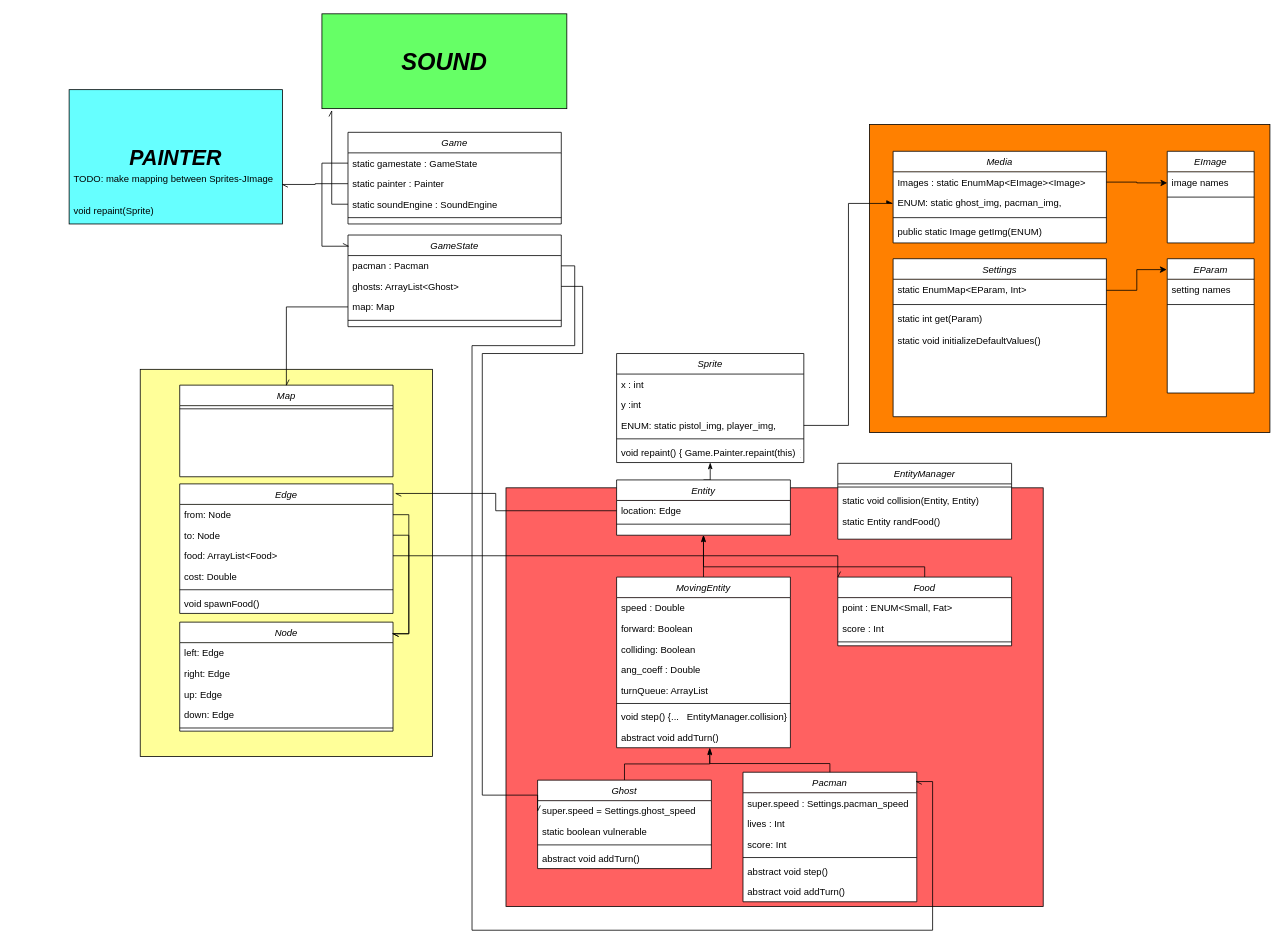
This is ClassDiagram.drawio from cerfedino/SwingPacman, a draw.io file, before an edit. Source tidied: cells renumbered, new cells numbered last; positions are measured from the earlier drawing's top-left corner, leaving out a move shared by most shapes. Both pictures are drawn from the tidied source at 79%, with x=0, y=0 at pixel (69, 13).
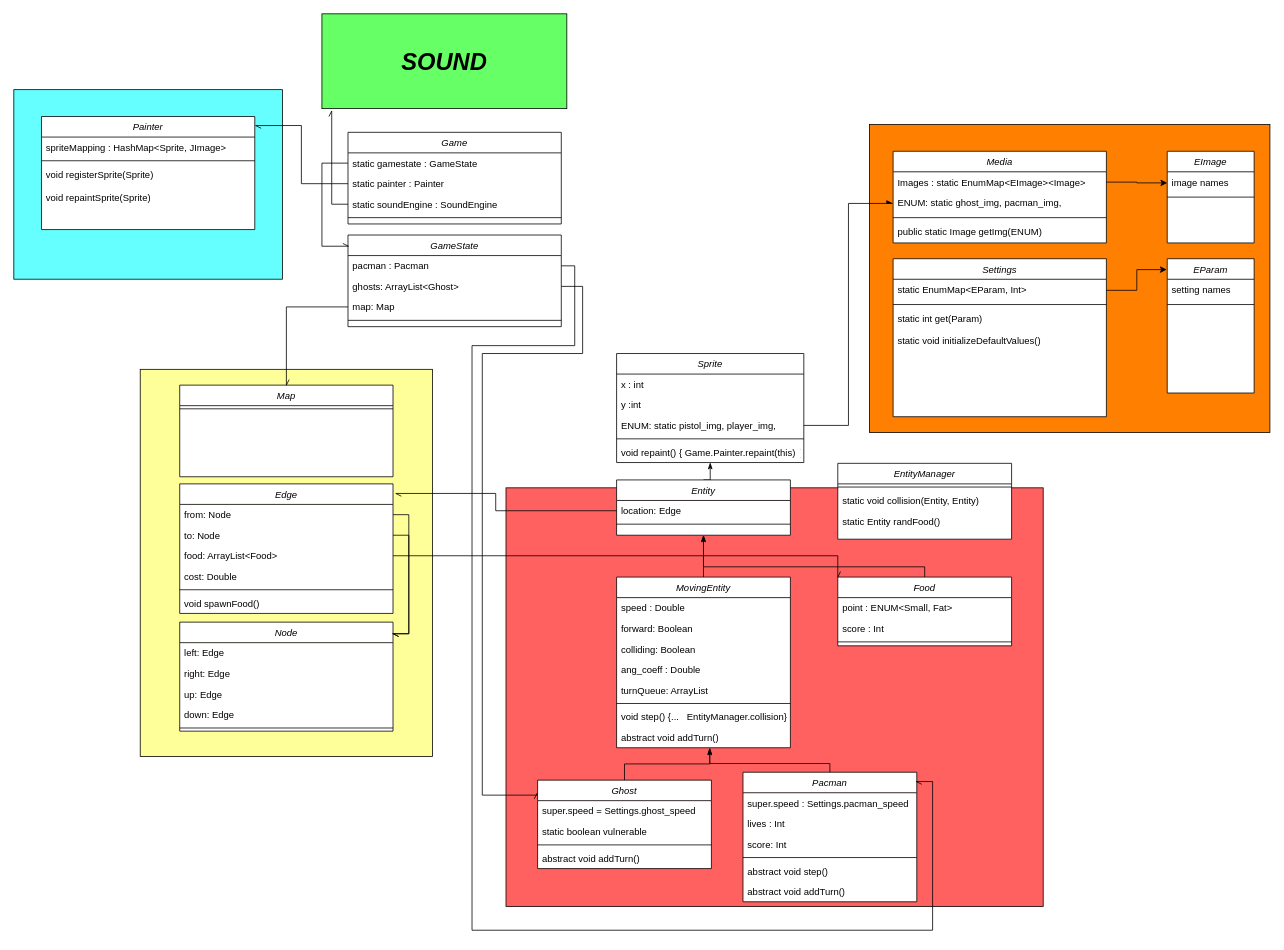
Above is the later version.

Commit message (it also covers changes not shown here):
Implemented painter classes and Sprite class. Also implemented Media class with the importing feature.

Unchanged cells that the change refers to:
```xml
<mxCell id="29" value="Ghost" style="swimlane;fontStyle=2;align=center;verticalAlign=top;horizontal=1;startSize=26;rounded=0;shadow=0;strokeWidth=1;swimlaneFillColor=#ffffff;" parent="1" vertex="1">
  <mxGeometry x="593" y="970" width="220" height="112" as="geometry" />
</mxCell>
<mxCell id="30" value="super.speed = Settings.ghost_speed" style="text;align=left;verticalAlign=top;spacingLeft=4;spacingRight=4;overflow=hidden;points=[[0,0.5],[1,0.5]];portConstraint=eastwest;" parent="29" vertex="1">
  <mxGeometry y="26" width="220" height="26" as="geometry" />
</mxCell>
<mxCell id="63" value="ghosts: ArrayList&lt;Ghost&gt;" style="text;align=left;verticalAlign=top;spacingLeft=4;spacingRight=4;overflow=hidden;points=[[0,0.5],[1,0.5]];portConstraint=eastwest;" parent="61" vertex="1">
  <mxGeometry y="52" width="270" height="26" as="geometry" />
</mxCell>
<mxCell id="93" value="static painter : Painter" style="text;align=left;verticalAlign=top;spacingLeft=4;spacingRight=4;overflow=hidden;points=[[0,0.5],[1,0.5]];portConstraint=eastwest;" parent="91" vertex="1">
  <mxGeometry y="52" width="270" height="26" as="geometry" />
</mxCell>
```

The edit, as a diff of the source:
```diff
@@
-    <mxCell id="83" style="edgeStyle=orthogonalEdgeStyle;rounded=0;jettySize=auto;html=1;exitX=1;exitY=0.5;exitDx=0;exitDy=0;entryX=0;entryY=0.5;entryDx=0;entryDy=0;endArrow=openAsync;endFill=0;" parent="1" edge="1" source="63" target="30">
+    <mxCell id="83" style="edgeStyle=orthogonalEdgeStyle;rounded=0;jettySize=auto;html=1;exitX=1;exitY=0.5;exitDx=0;exitDy=0;entryX=-0.003;entryY=0.15;entryDx=0;entryDy=0;endArrow=openAsync;endFill=0;entryPerimeter=0;" parent="1" edge="1" source="63" target="29">
       <mxGeometry relative="1" as="geometry">
         <Array as="points">
           <mxPoint x="650" y="345" />
           <mxPoint x="650" y="430" />
           <mxPoint x="523" y="430" />
           <mxPoint x="523" y="989" />
-          <mxPoint x="593" y="989" />
+          <mxPoint x="592" y="989" />
         </Array>
       </mxGeometry>
     </mxCell>
@@
     <mxCell id="87" style="group;" parent="1" vertex="1">
-      <mxGeometry y="96" width="270" height="170" as="geometry" />
+      <mxGeometry x="-70" y="96" width="340" height="254" as="geometry" />
     </mxCell>
-    <mxCell id="88" value="&lt;font style=&quot;font-size: 27px&quot;&gt;PAINTER&lt;br&gt;&lt;/font&gt;" style="rounded=0;whiteSpace=wrap;html=1;fillColor=#66FFFF;fontStyle=3;horizontal=1;labelBackgroundColor=none;fontSize=30;" parent="87" vertex="1">
-      <mxGeometry width="270" height="170" as="geometry" />
+    <mxCell id="88" style="rounded=0;whiteSpace=wrap;html=1;fillColor=#66FFFF;fontStyle=3;horizontal=1;labelBackgroundColor=none;fontSize=30;" parent="87" vertex="1">
+      <mxGeometry width="340" height="239.9" as="geometry" />
     </mxCell>
-    <mxCell id="89" value="TODO: make mapping between Sprites-JImage" style="text;align=left;verticalAlign=top;spacingLeft=4;spacingRight=4;overflow=hidden;points=[[0,0.5],[1,0.5]];portConstraint=eastwest;" parent="87" vertex="1">
-      <mxGeometry y="100" width="270" height="40" as="geometry" />
-    </mxCell>
-    <mxCell id="90" value="void repaint(Sprite)" style="text;align=left;verticalAlign=top;spacingLeft=4;spacingRight=4;overflow=hidden;rounded=0;shadow=0;html=0;" parent="87" vertex="1">
-      <mxGeometry y="140" width="220" height="26" as="geometry" />
-    </mxCell>
+    <mxCell id="107" value="Painter" style="swimlane;fontStyle=2;align=center;verticalAlign=top;horizontal=1;startSize=26;rounded=0;shadow=0;strokeWidth=1;swimlaneFillColor=#ffffff;" parent="87" vertex="1">
+      <mxGeometry x="35" y="34" width="270" height="143.1" as="geometry" />
+    </mxCell>
+    <mxCell id="108" value="spriteMapping : HashMap&lt;Sprite, JImage&gt;" style="text;align=left;verticalAlign=top;spacingLeft=4;spacingRight=4;overflow=hidden;" parent="107" vertex="1">
+      <mxGeometry y="26" width="270" height="26" as="geometry" />
+    </mxCell>
+    <mxCell id="109" style="line;html=1;strokeWidth=1;align=left;verticalAlign=middle;spacingTop=-1;spacingLeft=3;spacingRight=3;labelPosition=right;" parent="107" vertex="1">
+      <mxGeometry y="52" width="270" height="8" as="geometry" />
+    </mxCell>
+    <mxCell id="110" value="void registerSprite(Sprite)" style="text;align=left;verticalAlign=top;spacingLeft=4;spacingRight=4;overflow=hidden;rounded=0;shadow=0;html=0;" parent="107" vertex="1">
+      <mxGeometry y="60" width="270" height="30" as="geometry" />
+    </mxCell>
+    <mxCell id="111" value="void repaintSprite(Sprite)" style="text;align=left;verticalAlign=top;spacingLeft=4;spacingRight=4;overflow=hidden;rounded=0;shadow=0;html=0;" parent="107" vertex="1">
+      <mxGeometry y="90" width="270" height="30" as="geometry" />
+    </mxCell>
@@
-    <mxCell id="97" style="edgeStyle=orthogonalEdgeStyle;rounded=0;jettySize=auto;html=1;exitX=0;exitY=0.5;exitDx=0;exitDy=0;entryX=1;entryY=0.5;entryDx=0;entryDy=0;endArrow=openAsync;endFill=0;fontSize=30;" parent="1" edge="1" source="93" target="89">
+    <mxCell id="97" style="edgeStyle=orthogonalEdgeStyle;rounded=0;jettySize=auto;html=1;exitX=0;exitY=0.5;exitDx=0;exitDy=0;endArrow=openAsync;endFill=0;fontSize=30;entryX=1.004;entryY=0.08;entryDx=0;entryDy=0;entryPerimeter=0;" parent="1" edge="1" source="93" target="107">
       <mxGeometry relative="1" as="geometry" />
     </mxCell>
```
